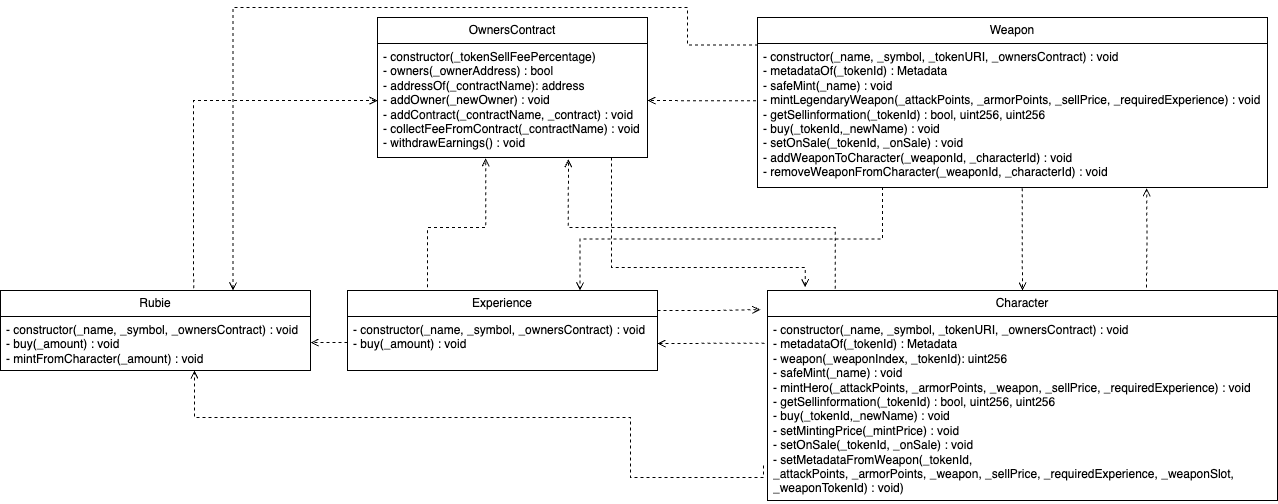
Before: assets/UML.png, a diagram exported from draw.io (montanaeli/RubyWorld-blockchain). Source tidied: cells renumbered, new cells last; positions are measured from the earlier drawing's top-left corner, leaving out a move shared by most shapes.
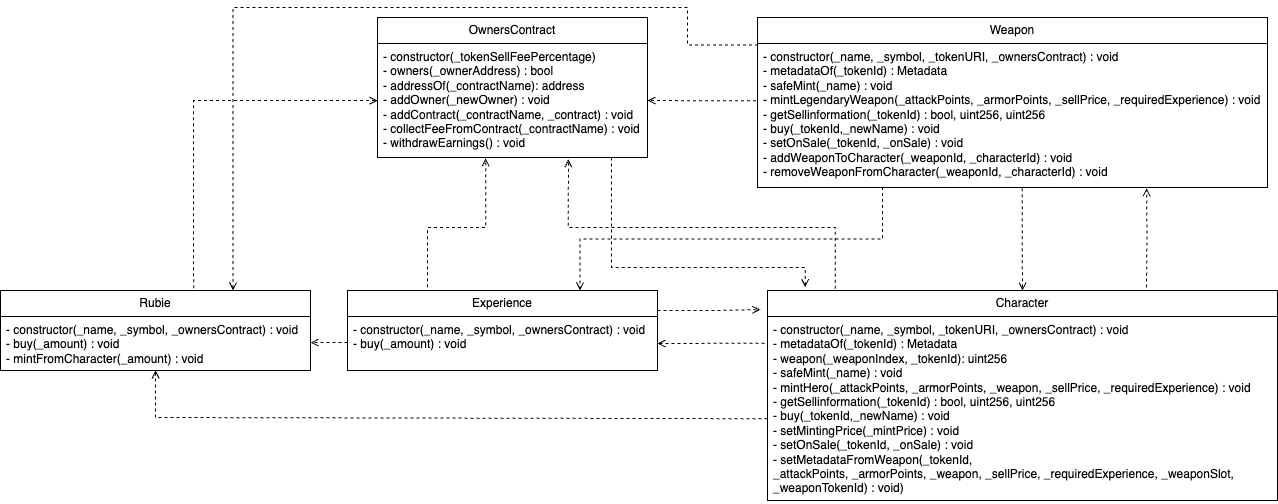
After the change.

Commit message:
Added UML with a correction

What changed in the source:
```diff
@@ -10,12 +10,10 @@
         </Array>
       </mxGeometry>
     </mxCell>
-    <mxCell id="3" style="edgeStyle=orthogonalEdgeStyle;rounded=0;jettySize=auto;html=1;exitX=-0.008;exitY=0.81;exitDx=0;exitDy=0;dashed=1;endArrow=open;endFill=0;exitPerimeter=0;" parent="1" edge="1" source="19" target="17">
+    <mxCell id="3" style="edgeStyle=orthogonalEdgeStyle;rounded=0;jettySize=auto;html=1;exitX=0;exitY=0.556;exitDx=0;exitDy=0;dashed=1;endArrow=open;endFill=0;exitPerimeter=0;" parent="1" edge="1" source="19" target="17">
       <mxGeometry relative="1" as="geometry">
         <Array as="points">
-          <mxPoint x="763" y="470" />
-          <mxPoint x="630" y="470" />
-          <mxPoint x="630" y="410" />
+          <mxPoint x="763" y="411" />
           <mxPoint x="194" y="410" />
         </Array>
       </mxGeometry>
```
